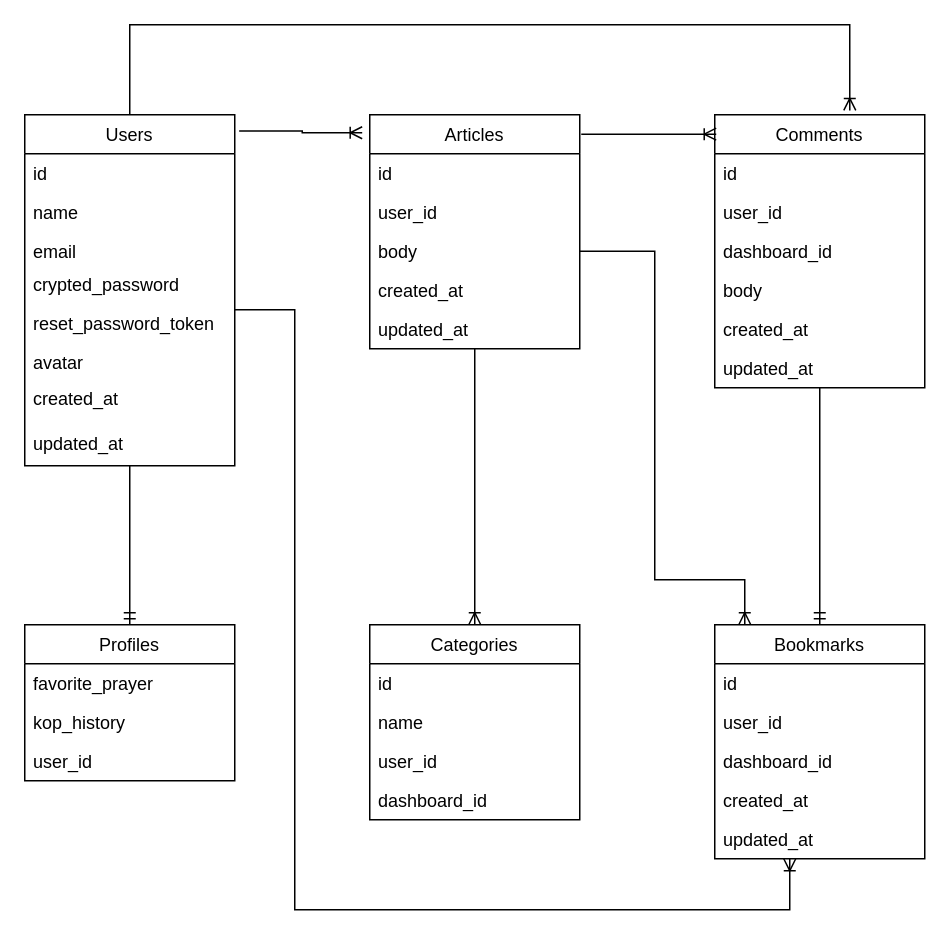
The draw.io diagram er.drawio in sasakix69/You_Will_Never_Walk_Alone, before the edit. Source tidied: cells renumbered, new cells numbered last; positions are measured from the earlier drawing's top-left corner, leaving out a move shared by most shapes. Both pictures are drawn from the tidied source at 150%, with x=0, y=0 at pixel (24, 24).
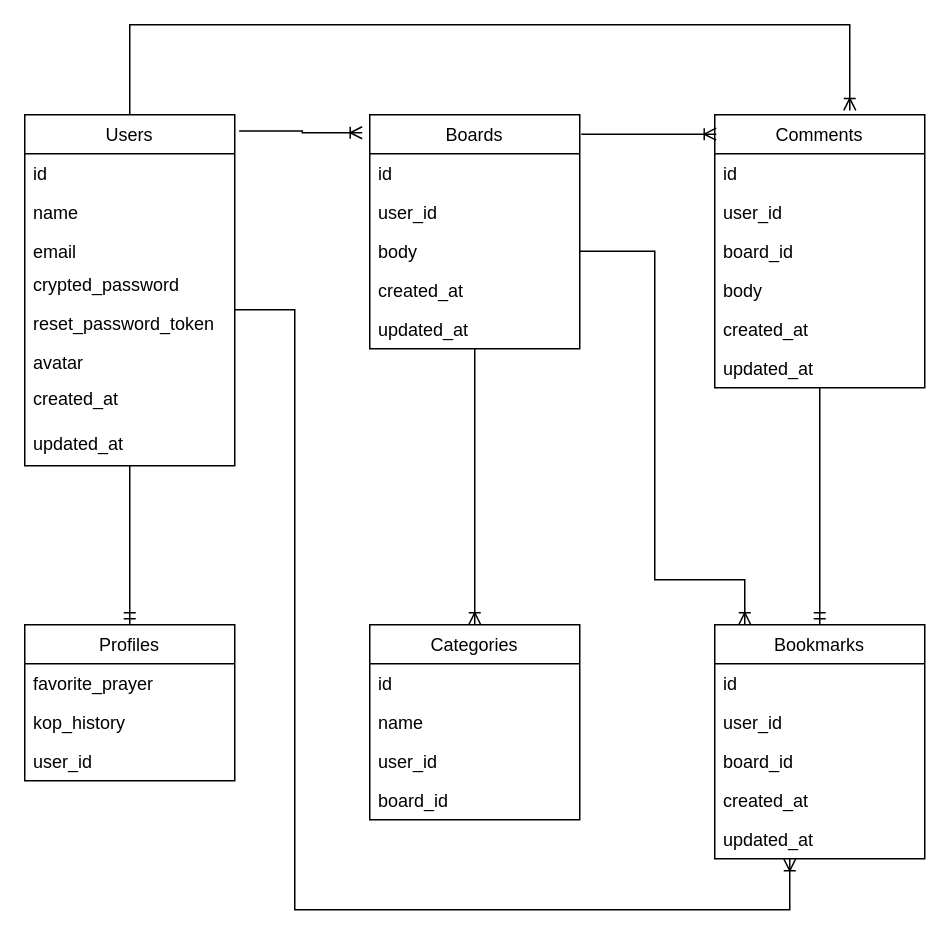
Above is the later version.

The change refers to these unchanged cells:
```xml
<mxCell id="19" value="Bookmarks" style="swimlane;fontStyle=0;horizontal=1;startSize=26;fillColor=none;" parent="1" vertex="1">
  <mxGeometry x="460" y="400" width="140" height="156" as="geometry" />
</mxCell>
<mxCell id="25" value="Categories" style="swimlane;fontStyle=0;horizontal=1;startSize=26;fillColor=none;" parent="1" vertex="1">
  <mxGeometry x="230" y="400" width="140" height="130" as="geometry" />
</mxCell>
<mxCell id="40" value="Comments" style="swimlane;fontStyle=0;horizontal=1;startSize=26;fillColor=none;" parent="1" vertex="1">
  <mxGeometry x="460" y="60" width="140" height="182" as="geometry" />
</mxCell>
```

The edit, as a diff of the source:
```diff
@@
-    <mxCell id="22" value="dashboard_id" style="text;strokeColor=none;fillColor=none;align=left;verticalAlign=top;spacingLeft=4;spacingRight=4;overflow=hidden;" parent="19" vertex="1">
+    <mxCell id="22" value="board_id" style="text;strokeColor=none;fillColor=none;align=left;verticalAlign=top;spacingLeft=4;spacingRight=4;overflow=hidden;" parent="19" vertex="1">
       <mxGeometry y="78" width="140" height="26" as="geometry" />
     </mxCell>
@@
-    <mxCell id="29" value="dashboard_id" style="text;strokeColor=none;fillColor=none;align=left;verticalAlign=top;spacingLeft=4;spacingRight=4;overflow=hidden;" parent="25" vertex="1">
+    <mxCell id="29" value="board_id" style="text;strokeColor=none;fillColor=none;align=left;verticalAlign=top;spacingLeft=4;spacingRight=4;overflow=hidden;" parent="25" vertex="1">
       <mxGeometry y="104" width="140" height="26" as="geometry" />
     </mxCell>
@@
-    <mxCell id="33" value="Articles" style="swimlane;fontStyle=0;horizontal=1;startSize=26;fillColor=none;" parent="1" vertex="1">
+    <mxCell id="33" value="Boards" style="swimlane;fontStyle=0;horizontal=1;startSize=26;fillColor=none;" parent="1" vertex="1">
       <mxGeometry x="230" y="60" width="140" height="156" as="geometry" />
     </mxCell>
@@
-    <mxCell id="43" value="dashboard_id" style="text;strokeColor=none;fillColor=none;align=left;verticalAlign=top;spacingLeft=4;spacingRight=4;overflow=hidden;" parent="40" vertex="1">
+    <mxCell id="43" value="board_id" style="text;strokeColor=none;fillColor=none;align=left;verticalAlign=top;spacingLeft=4;spacingRight=4;overflow=hidden;" parent="40" vertex="1">
       <mxGeometry y="78" width="140" height="26" as="geometry" />
     </mxCell>
```
